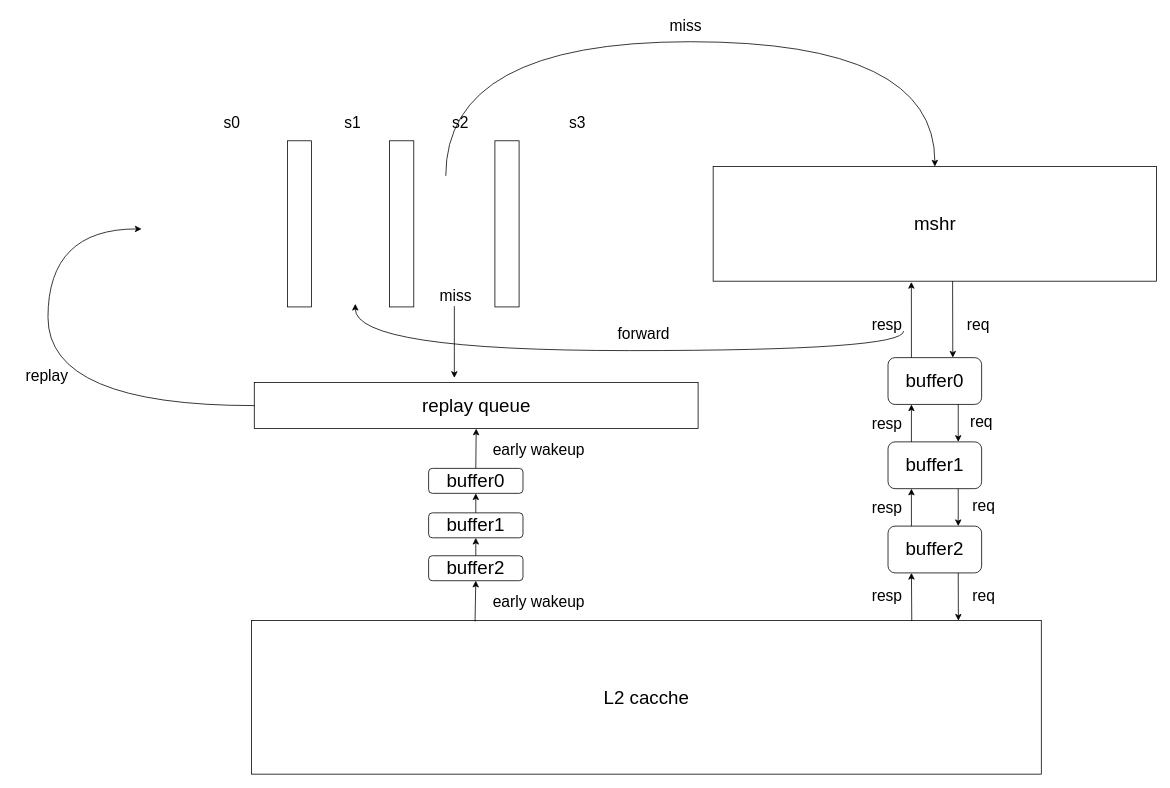
Before: l1_miss_l2_hit_pipeline.drawio in happy-lx/drawio, a draw.io diagram. Source tidied: cells renumbered, new cells numbered last; positions are measured from the earlier drawing's top-left corner, leaving out a move shared by most shapes. Both pictures are drawn from the tidied source at 78%, with x=0, y=0 at pixel (13, 13).
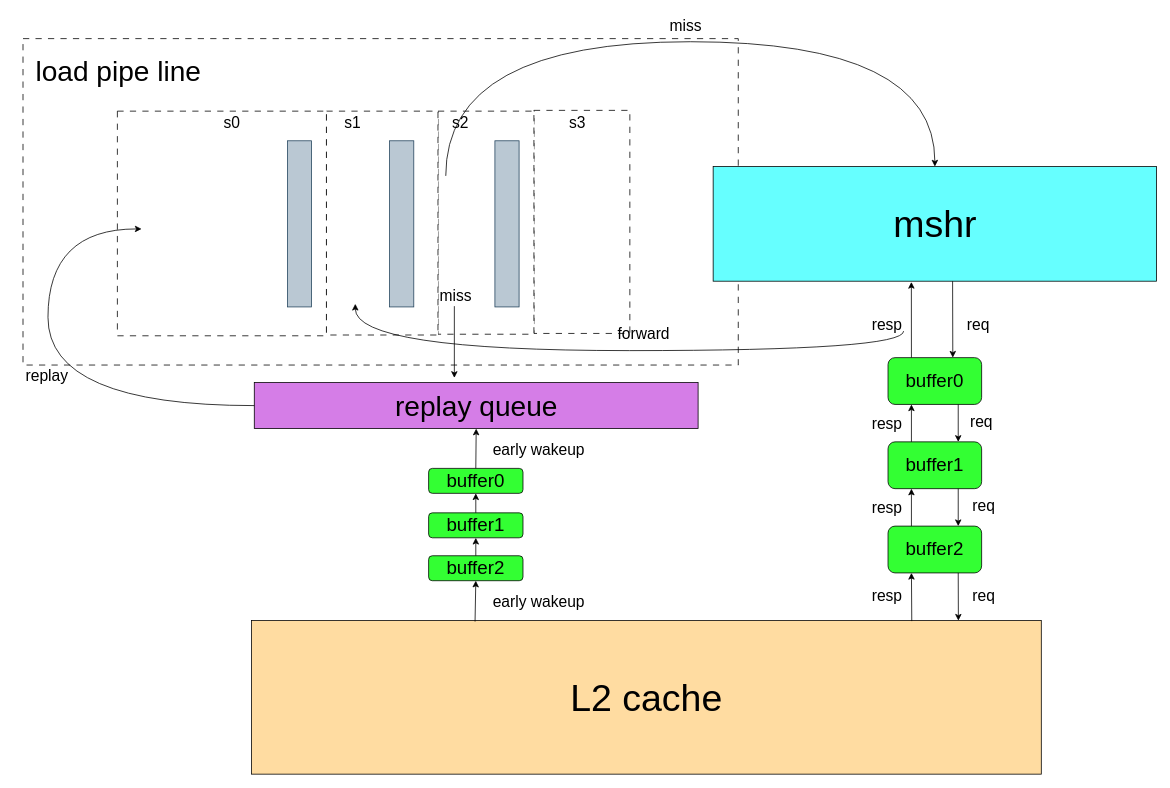
The same diagram, later.

Diff of the diagram source:
```diff
@@
+    <mxCell id="48" style="rounded=0;whiteSpace=wrap;html=1;dashed=1;dashPattern=8 8;" parent="1" vertex="1">
+      <mxGeometry x="12" y="32" width="917" height="418.5" as="geometry" />
+    </mxCell>
+    <mxCell id="49" style="rounded=0;whiteSpace=wrap;html=1;dashed=1;dashPattern=8 8;" parent="1" vertex="1">
+      <mxGeometry x="667" y="124" width="123" height="286" as="geometry" />
+    </mxCell>
+    <mxCell id="50" style="rounded=0;whiteSpace=wrap;html=1;dashed=1;dashPattern=8 8;" parent="1" vertex="1">
+      <mxGeometry x="544" y="125" width="123" height="286" as="geometry" />
+    </mxCell>
+    <mxCell id="51" style="rounded=0;whiteSpace=wrap;html=1;dashed=1;dashPattern=8 8;" parent="1" vertex="1">
+      <mxGeometry x="401" y="125" width="143" height="287" as="geometry" />
+    </mxCell>
+    <mxCell id="52" style="rounded=0;whiteSpace=wrap;html=1;dashed=1;dashPattern=8 8;" parent="1" vertex="1">
+      <mxGeometry x="133" y="125" width="268" height="288" as="geometry" />
+    </mxCell>
-    <mxCell id="2" style="rounded=0;whiteSpace=wrap;html=1;" parent="1" vertex="1">
+    <mxCell id="2" style="rounded=0;whiteSpace=wrap;html=1;fillColor=#bac8d3;strokeColor=#23445d;" parent="1" vertex="1">
       <mxGeometry x="351" y="163" width="31" height="213" as="geometry" />
     </mxCell>
-    <mxCell id="3" style="rounded=0;whiteSpace=wrap;html=1;" parent="1" vertex="1">
+    <mxCell id="3" style="rounded=0;whiteSpace=wrap;html=1;fillColor=#bac8d3;strokeColor=#23445d;" parent="1" vertex="1">
       <mxGeometry x="482" y="163" width="31" height="213" as="geometry" />
     </mxCell>
-    <mxCell id="4" style="rounded=0;whiteSpace=wrap;html=1;" parent="1" vertex="1">
+    <mxCell id="4" style="rounded=0;whiteSpace=wrap;html=1;fillColor=#bac8d3;strokeColor=#23445d;" parent="1" vertex="1">
       <mxGeometry x="617" y="163" width="31" height="213" as="geometry" />
     </mxCell>
@@
-    <mxCell id="9" value="&lt;font style=&quot;font-size: 24px;&quot;&gt;mshr&lt;/font&gt;" style="rounded=0;whiteSpace=wrap;html=1;" parent="1" vertex="1">
+    <mxCell id="9" value="&lt;font style=&quot;font-size: 48px;&quot;&gt;mshr&lt;/font&gt;" style="rounded=0;whiteSpace=wrap;html=1;fillColor=#66FFFF;" parent="1" vertex="1">
       <mxGeometry x="896.8" y="196" width="568.5" height="147" as="geometry" />
     </mxCell>
-    <mxCell id="10" value="&lt;font style=&quot;font-size: 24px;&quot;&gt;buffer0&lt;/font&gt;" style="rounded=1;whiteSpace=wrap;html=1;" parent="1" vertex="1">
+    <mxCell id="10" value="&lt;font style=&quot;font-size: 24px;&quot;&gt;buffer0&lt;/font&gt;" style="rounded=1;whiteSpace=wrap;html=1;fillColor=#33FF33;" parent="1" vertex="1">
       <mxGeometry x="1121" y="441" width="120" height="60" as="geometry" />
     </mxCell>
-    <mxCell id="11" value="&lt;font style=&quot;font-size: 24px;&quot;&gt;buffer1&lt;/font&gt;" style="rounded=1;whiteSpace=wrap;html=1;" parent="1" vertex="1">
+    <mxCell id="11" value="&lt;font style=&quot;font-size: 24px;&quot;&gt;buffer1&lt;/font&gt;" style="rounded=1;whiteSpace=wrap;html=1;fillColor=#33FF33;" parent="1" vertex="1">
       <mxGeometry x="1121" y="549" width="120" height="60" as="geometry" />
     </mxCell>
-    <mxCell id="12" value="&lt;font style=&quot;font-size: 24px;&quot;&gt;buffer2&lt;/font&gt;" style="rounded=1;whiteSpace=wrap;html=1;" parent="1" vertex="1">
+    <mxCell id="12" value="&lt;font style=&quot;font-size: 24px;&quot;&gt;buffer2&lt;/font&gt;" style="rounded=1;whiteSpace=wrap;html=1;fillColor=#33FF33;" parent="1" vertex="1">
       <mxGeometry x="1121" y="657" width="120" height="60" as="geometry" />
     </mxCell>
-    <mxCell id="13" value="&lt;font style=&quot;font-size: 24px;&quot;&gt;L2 cacche&lt;/font&gt;" style="rounded=0;whiteSpace=wrap;html=1;" parent="1" vertex="1">
+    <mxCell id="13" value="&lt;font style=&quot;font-size: 48px;&quot;&gt;L2 cache&lt;/font&gt;" style="rounded=0;whiteSpace=wrap;html=1;fillColor=#FFDCA1;strokeColor=#000000;" parent="1" vertex="1">
       <mxGeometry x="305" y="778" width="1012.5" height="197" as="geometry" />
     </mxCell>
@@
-    <mxCell id="23" value="&lt;span style=&quot;font-size: 24px;&quot;&gt;replay queue&lt;/span&gt;" style="rounded=0;whiteSpace=wrap;html=1;" parent="1" vertex="1">
+    <mxCell id="23" value="&lt;font style=&quot;font-size: 36px;&quot;&gt;replay queue&lt;/font&gt;" style="rounded=0;whiteSpace=wrap;html=1;fillColor=#D57DE7;strokeColor=#000000;" parent="1" vertex="1">
       <mxGeometry x="308.5" y="473" width="569" height="59" as="geometry" />
     </mxCell>
-    <mxCell id="24" value="&lt;font style=&quot;font-size: 24px;&quot;&gt;buffer0&lt;/font&gt;" style="rounded=1;whiteSpace=wrap;html=1;" parent="1" vertex="1">
+    <mxCell id="24" value="&lt;font style=&quot;font-size: 24px;&quot;&gt;buffer0&lt;/font&gt;" style="rounded=1;whiteSpace=wrap;html=1;fillColor=#33FF33;" parent="1" vertex="1">
       <mxGeometry x="532" y="583" width="121" height="32" as="geometry" />
     </mxCell>
-    <mxCell id="25" value="&lt;font style=&quot;font-size: 24px;&quot;&gt;buffer1&lt;/font&gt;" style="rounded=1;whiteSpace=wrap;html=1;" parent="1" vertex="1">
+    <mxCell id="25" value="&lt;font style=&quot;font-size: 24px;&quot;&gt;buffer1&lt;/font&gt;" style="rounded=1;whiteSpace=wrap;html=1;fillColor=#33FF33;" parent="1" vertex="1">
       <mxGeometry x="532" y="640" width="121" height="32" as="geometry" />
     </mxCell>
-    <mxCell id="26" value="&lt;font style=&quot;font-size: 24px;&quot;&gt;buffer2&lt;/font&gt;" style="rounded=1;whiteSpace=wrap;html=1;" parent="1" vertex="1">
+    <mxCell id="26" value="&lt;font style=&quot;font-size: 24px;&quot;&gt;buffer2&lt;/font&gt;" style="rounded=1;whiteSpace=wrap;html=1;fillColor=#33FF33;" parent="1" vertex="1">
       <mxGeometry x="532" y="695" width="121" height="32" as="geometry" />
     </mxCell>
@@
+    <mxCell id="53" value="&lt;font style=&quot;font-size: 36px;&quot;&gt;load pipe line&lt;/font&gt;" style="rounded=0;whiteSpace=wrap;html=1;strokeColor=none;" parent="1" vertex="1">
+      <mxGeometry x="21" y="39" width="227" height="70" as="geometry" />
+    </mxCell>
```
